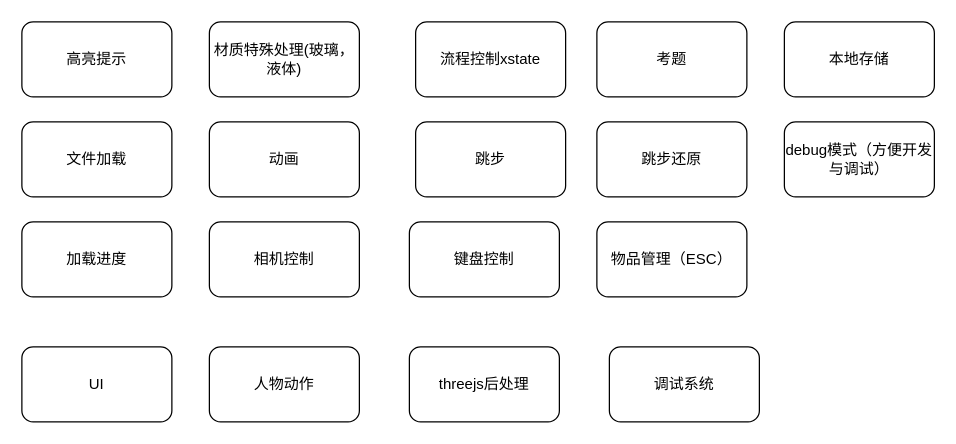
Earlier version of the draw.io diagram 未命名绘图.drawio (Jinxishihenian/mind_mapping). Source tidied: cells renumbered, new cells numbered last; positions are measured from the earlier drawing's top-left corner, leaving out a move shared by most shapes. Both pictures are drawn from the tidied source at 125%, with x=0, y=0 at pixel (21, 21).
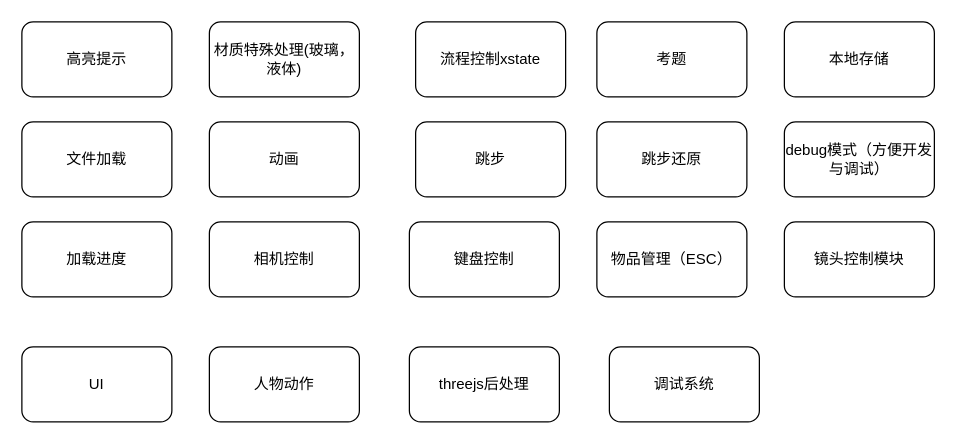
Above is the later version.

Commit message:
更新未命名绘图.drawio

Diff of the diagram source:
```diff
@@
+    <mxCell id="20" value="镜头控制模块" style="rounded=1;whiteSpace=wrap;html=1;" parent="1" vertex="1">
+      <mxGeometry x="610" y="160" width="120" height="60" as="geometry" />
+    </mxCell>
```
